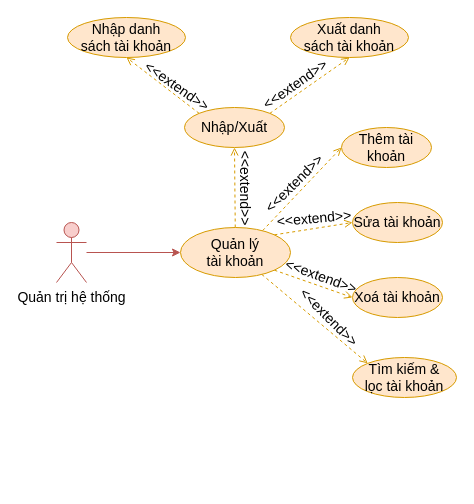
This is document/temp/draw/usecase_phanra/usecase_taikhoan.drawio from copecute/Edudex-Quiz, a draw.io file, before an edit. Source tidied: cells renumbered, new cells numbered last; positions are measured from the earlier drawing's top-left corner, leaving out a move shared by most shapes. Both pictures are drawn from the tidied source at 100%, with x=0, y=0 at pixel (56, 17).
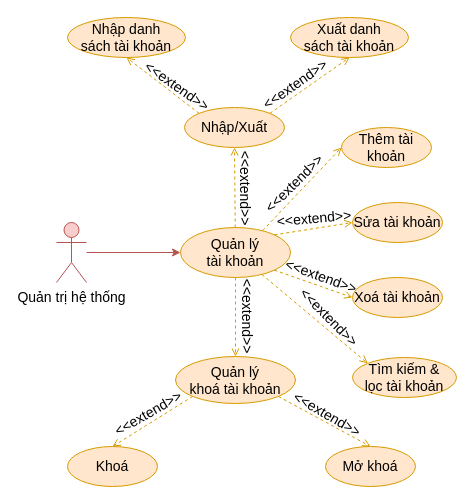
Above is the later version.

The change refers to these unchanged cells:
```xml
<mxCell id="4" value="Quản lý&lt;br&gt;tài khoản" style="ellipse;whiteSpace=wrap;html=1;fillColor=#ffe6cc;strokeColor=#d79b00;fontSize=14;" parent="1" vertex="1">
  <mxGeometry x="124" y="210" width="110" height="50" as="geometry" />
</mxCell>
```

Change to the diagram source:
```diff
@@
+    <mxCell id="26" style="rounded=0;jettySize=auto;html=1;exitX=0.5;exitY=1;exitDx=0;exitDy=0;entryX=0.5;entryY=0;entryDx=0;entryDy=0;fillColor=#ffe6cc;strokeColor=#d79b00;dashed=1;endArrow=open;endFill=0;" parent="1" edge="1" source="4" target="29">
+      <mxGeometry relative="1" as="geometry" />
+    </mxCell>
@@
+    <mxCell id="27" style="rounded=0;jettySize=auto;html=1;exitX=0;exitY=1;exitDx=0;exitDy=0;entryX=0.5;entryY=0;entryDx=0;entryDy=0;fillColor=#ffe6cc;strokeColor=#d79b00;fontSize=14;dashed=1;endArrow=open;endFill=0;" parent="1" edge="1" source="29" target="31">
+      <mxGeometry relative="1" as="geometry" />
+    </mxCell>
+    <mxCell id="28" style="rounded=0;jettySize=auto;html=1;exitX=1;exitY=1;exitDx=0;exitDy=0;entryX=0.5;entryY=0;entryDx=0;entryDy=0;fillColor=#ffe6cc;strokeColor=#d79b00;fontSize=14;dashed=1;endArrow=open;endFill=0;" parent="1" edge="1" source="29" target="32">
+      <mxGeometry relative="1" as="geometry" />
+    </mxCell>
+    <mxCell id="29" value="Quản lý&lt;br&gt;khoá tài khoản" style="ellipse;whiteSpace=wrap;html=1;fillColor=#ffe6cc;strokeColor=#d79b00;fontSize=14;" parent="1" vertex="1">
+      <mxGeometry x="119" y="339" width="120" height="47" as="geometry" />
+    </mxCell>
+    <mxCell id="30" value="&lt;font style=&quot;font-size: 14px;&quot;&gt;&amp;lt;&amp;lt;extend&amp;gt;&amp;gt;&lt;/font&gt;" style="text;html=1;strokeColor=none;fillColor=none;align=center;verticalAlign=middle;whiteSpace=wrap;rounded=0;rotation=90;fontSize=14;" parent="1" vertex="1">
+      <mxGeometry x="161" y="284" width="60" height="30" as="geometry" />
+    </mxCell>
+    <mxCell id="31" value="Khoá" style="ellipse;whiteSpace=wrap;html=1;fillColor=#ffe6cc;strokeColor=#d79b00;fontSize=14;" parent="1" vertex="1">
+      <mxGeometry x="11" y="429" width="90" height="40" as="geometry" />
+    </mxCell>
+    <mxCell id="32" value="Mở khoá" style="ellipse;whiteSpace=wrap;html=1;fillColor=#ffe6cc;strokeColor=#d79b00;fontSize=14;" parent="1" vertex="1">
+      <mxGeometry x="269" y="429" width="90" height="40" as="geometry" />
+    </mxCell>
+    <mxCell id="33" value="&lt;font style=&quot;font-size: 14px;&quot;&gt;&amp;lt;&amp;lt;extend&amp;gt;&amp;gt;&lt;/font&gt;" style="text;html=1;strokeColor=none;fillColor=none;align=center;verticalAlign=middle;whiteSpace=wrap;rounded=0;rotation=-30;fontSize=14;" parent="1" vertex="1">
+      <mxGeometry x="62" y="381" width="60" height="30" as="geometry" />
+    </mxCell>
+    <mxCell id="34" value="&lt;font style=&quot;font-size: 14px;&quot;&gt;&amp;lt;&amp;lt;extend&amp;gt;&amp;gt;&lt;/font&gt;" style="text;html=1;strokeColor=none;fillColor=none;align=center;verticalAlign=middle;whiteSpace=wrap;rounded=0;rotation=30;fontSize=14;" parent="1" vertex="1">
+      <mxGeometry x="241" y="382" width="60" height="30" as="geometry" />
+    </mxCell>
```
